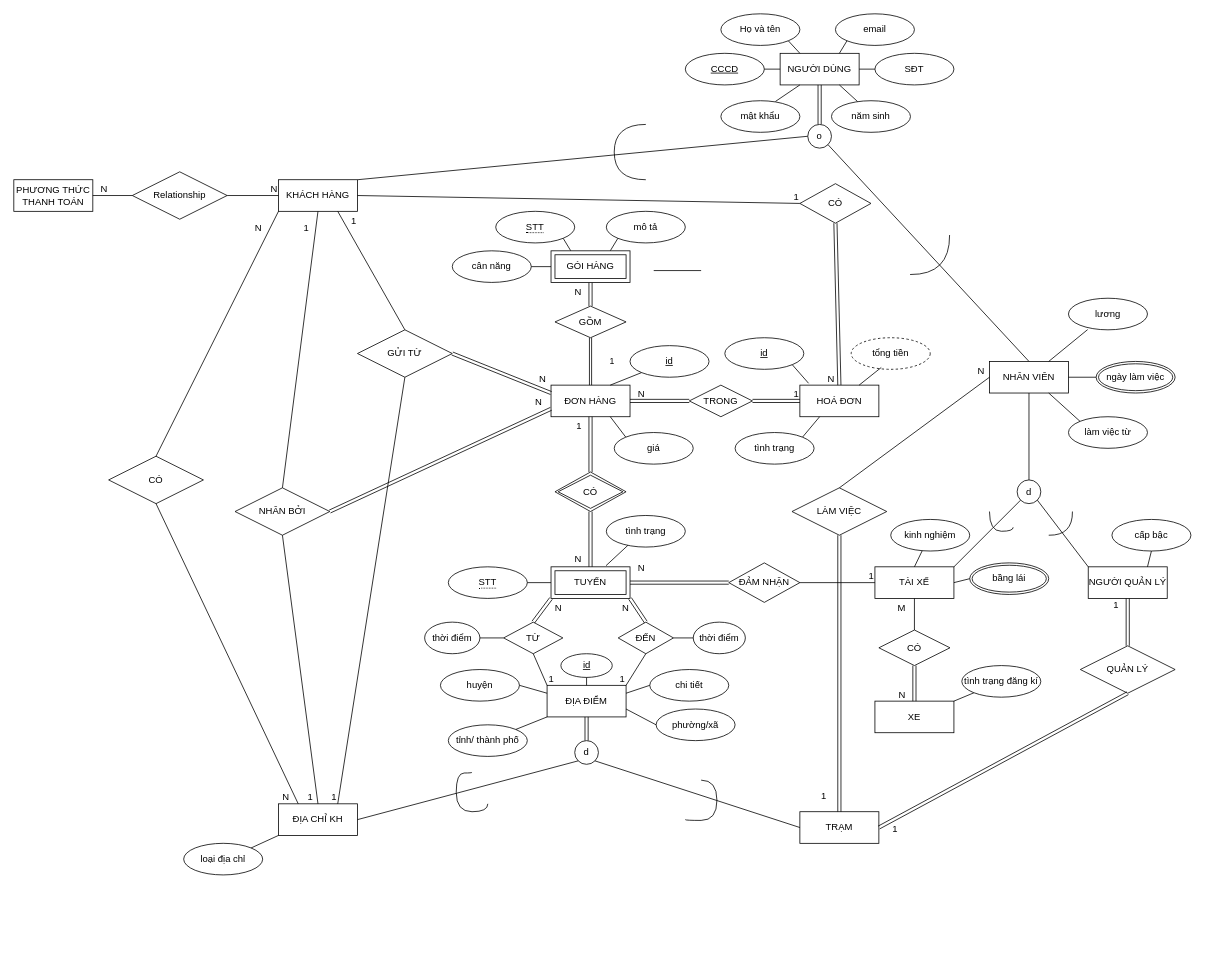
Above: db-assignment.drawio in blueonline07/auth-demo (draw.io), before the change. Source tidied: cells renumbered, new cells numbered last; positions are measured from the earlier drawing's top-left corner, leaving out a move shared by most shapes. Both pictures are drawn from the tidied source at 79%, with x=0, y=0 at pixel (13, 13).
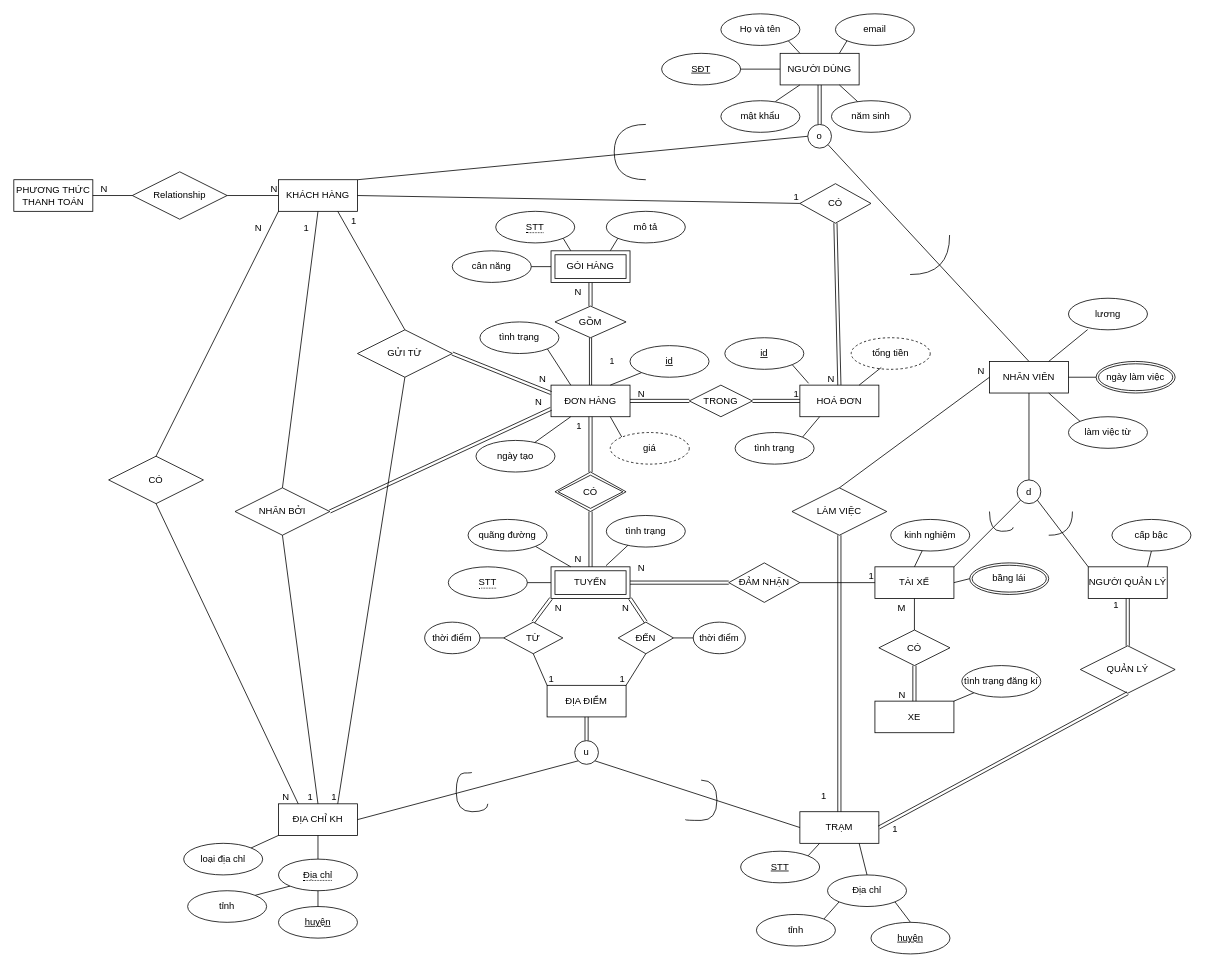
The same diagram, later.

Unchanged cells that the change refers to:
```xml
<mxCell id="2" value="NGƯỜI DÙNG" style="whiteSpace=wrap;html=1;align=center;" parent="1" vertex="1">
  <mxGeometry x="970" y="50" width="100" height="40" as="geometry" />
</mxCell>
<mxCell id="7" value="ĐƠN HÀNG" style="whiteSpace=wrap;html=1;align=center;" parent="1" vertex="1">
  <mxGeometry x="680" y="470" width="100" height="40" as="geometry" />
</mxCell>
<mxCell id="8" value="TUYẾN" style="shape=ext;margin=3;double=1;whiteSpace=wrap;html=1;align=center;" parent="1" vertex="1">
  <mxGeometry x="680" y="700" width="100" height="40" as="geometry" />
</mxCell>
<mxCell id="9" value="ĐỊA ĐIỂM" style="whiteSpace=wrap;html=1;align=center;" parent="1" vertex="1">
  <mxGeometry x="675" y="850" width="100" height="40" as="geometry" />
</mxCell>
<mxCell id="10" value="ĐỊA CHỈ KH" style="whiteSpace=wrap;html=1;align=center;" parent="1" vertex="1">
  <mxGeometry x="335" y="1000" width="100" height="40" as="geometry" />
</mxCell>
<mxCell id="11" value="TRẠM" style="whiteSpace=wrap;html=1;align=center;" parent="1" vertex="1">
  <mxGeometry x="995" y="1010" width="100" height="40" as="geometry" />
</mxCell>
```

The edit, as a diff of the source:
```diff
@@
-    <mxCell id="58" value="CCCD" style="ellipse;whiteSpace=wrap;html=1;align=center;fontStyle=4;" parent="1" vertex="1">
-      <mxGeometry x="850" y="50" width="100" height="40" as="geometry" />
-    </mxCell>
@@
-    <mxCell id="73" value="d" style="ellipse;whiteSpace=wrap;html=1;" parent="1" vertex="1">
+    <mxCell id="73" value="u" style="ellipse;whiteSpace=wrap;html=1;" parent="1" vertex="1">
       <mxGeometry x="710" y="920" width="30" height="30" as="geometry" />
     </mxCell>
@@
-    <mxCell id="77" value="SĐT" style="ellipse;whiteSpace=wrap;html=1;align=center;" parent="1" vertex="1">
-      <mxGeometry x="1090" y="50" width="100" height="40" as="geometry" />
+    <mxCell id="77" value="&lt;u&gt;SĐT&lt;/u&gt;" style="ellipse;whiteSpace=wrap;html=1;align=center;" parent="1" vertex="1">
+      <mxGeometry x="820" y="50" width="100" height="40" as="geometry" />
     </mxCell>
-    <mxCell id="78" style="endArrow=none;html=1;rounded=0;entryX=1;entryY=0.5;entryDx=0;entryDy=0;exitX=0;exitY=0.5;exitDx=0;exitDy=0;" parent="1" edge="1" source="2" target="58">
-      <mxGeometry relative="1" as="geometry" />
-    </mxCell>
@@
-    <mxCell id="81" style="endArrow=none;html=1;rounded=0;entryX=0;entryY=0.5;entryDx=0;entryDy=0;exitX=1;exitY=0.5;exitDx=0;exitDy=0;" parent="1" edge="1" source="2" target="77">
+    <mxCell id="81" style="endArrow=none;html=1;rounded=0;entryX=1;entryY=0.5;entryDx=0;entryDy=0;exitX=0;exitY=0.5;exitDx=0;exitDy=0;" parent="1" edge="1" source="2" target="77">
       <mxGeometry relative="1" as="geometry" />
     </mxCell>
@@
-    <mxCell id="96" value="phường/xã" style="ellipse;whiteSpace=wrap;html=1;align=center;" parent="1" vertex="1">
-      <mxGeometry x="813" y="880" width="100" height="40" as="geometry" />
-    </mxCell>
-    <mxCell id="97" value="huyện" style="ellipse;whiteSpace=wrap;html=1;align=center;" parent="1" vertex="1">
-      <mxGeometry x="540" y="830" width="100" height="40" as="geometry" />
-    </mxCell>
-    <mxCell id="98" value="tỉnh/ thành phố" style="ellipse;whiteSpace=wrap;html=1;align=center;" parent="1" vertex="1">
-      <mxGeometry x="550" y="900" width="100" height="40" as="geometry" />
-    </mxCell>
-    <mxCell id="99" style="endArrow=none;html=1;rounded=0;entryX=0;entryY=0.25;entryDx=0;entryDy=0;exitX=1;exitY=0.5;exitDx=0;exitDy=0;" parent="1" edge="1" source="97" target="9">
-      <mxGeometry relative="1" as="geometry" />
-    </mxCell>
-    <mxCell id="100" style="endArrow=none;html=1;rounded=0;entryX=0;entryY=1;entryDx=0;entryDy=0;exitX=1;exitY=0;exitDx=0;exitDy=0;" parent="1" edge="1" source="98" target="9">
-      <mxGeometry relative="1" as="geometry" />
-    </mxCell>
-    <mxCell id="101" style="endArrow=none;html=1;rounded=0;entryX=0;entryY=0.5;entryDx=0;entryDy=0;exitX=1;exitY=0.75;exitDx=0;exitDy=0;" parent="1" edge="1" source="9" target="96">
-      <mxGeometry relative="1" as="geometry" />
-    </mxCell>
@@
-    <mxCell id="104" value="giá" style="ellipse;whiteSpace=wrap;html=1;align=center;" parent="1" vertex="1">
-      <mxGeometry x="760" y="530" width="100" height="40" as="geometry" />
-    </mxCell>
@@
-    <mxCell id="127" value="id" style="ellipse;whiteSpace=wrap;html=1;align=center;fontStyle=4;" parent="1" vertex="1">
-      <mxGeometry x="692.5" y="810" width="65" height="30" as="geometry" />
-    </mxCell>
-    <mxCell id="128" style="endArrow=none;html=1;rounded=0;entryX=0.5;entryY=1;entryDx=0;entryDy=0;exitX=0.5;exitY=0;exitDx=0;exitDy=0;" parent="1" edge="1" source="9" target="127">
-      <mxGeometry relative="1" as="geometry" />
-    </mxCell>
@@
-    <mxCell id="159" value="chi tiết" style="ellipse;whiteSpace=wrap;html=1;align=center;" parent="1" vertex="1">
-      <mxGeometry x="805" y="830" width="100" height="40" as="geometry" />
-    </mxCell>
-    <mxCell id="160" style="endArrow=none;html=1;rounded=0;entryX=0;entryY=0.5;entryDx=0;entryDy=0;exitX=1;exitY=0.25;exitDx=0;exitDy=0;" parent="1" edge="1" source="9" target="159">
-      <mxGeometry relative="1" as="geometry" />
-    </mxCell>
@@
-    <mxCell id="164" style="line;strokeWidth=1;dashed=0;labelPosition=right;align=left;verticalAlign=middle;spacingTop=0;spacingLeft=6;" parent="1" vertex="1">
-      <mxGeometry x="810" y="320" width="60" height="10" as="geometry" />
-    </mxCell>
@@
+    <mxCell id="172" value="huyện" style="ellipse;whiteSpace=wrap;html=1;align=center;fontStyle=4;" parent="1" vertex="1">
+      <mxGeometry x="335" y="1130" width="100" height="40" as="geometry" />
+    </mxCell>
+    <mxCell id="173" style="endArrow=none;html=1;rounded=0;entryX=0.5;entryY=0;entryDx=0;entryDy=0;exitX=0.5;exitY=1;exitDx=0;exitDy=0;" parent="1" edge="1" source="10" target="178">
+      <mxGeometry relative="1" as="geometry" />
+    </mxCell>
+    <mxCell id="174" style="endArrow=none;html=1;rounded=0;entryX=0;entryY=1;entryDx=0;entryDy=0;exitX=1;exitY=0;exitDx=0;exitDy=0;" parent="1" edge="1" source="175" target="178">
+      <mxGeometry relative="1" as="geometry" />
+    </mxCell>
+    <mxCell id="175" value="tỉnh" style="ellipse;whiteSpace=wrap;html=1;align=center;" parent="1" vertex="1">
+      <mxGeometry x="220" y="1110" width="100" height="40" as="geometry" />
+    </mxCell>
+    <mxCell id="176" value="STT" style="ellipse;whiteSpace=wrap;html=1;align=center;fontStyle=4;" parent="1" vertex="1">
+      <mxGeometry x="920" y="1060" width="100" height="40" as="geometry" />
+    </mxCell>
+    <mxCell id="177" style="endArrow=none;html=1;rounded=0;entryX=0.25;entryY=1;entryDx=0;entryDy=0;exitX=1;exitY=0;exitDx=0;exitDy=0;" parent="1" edge="1" source="176" target="11">
+      <mxGeometry relative="1" as="geometry" />
+    </mxCell>
+    <mxCell id="178" value="&lt;span style=&quot;border-bottom: 1px dotted&quot;&gt;Địa chỉ&lt;/span&gt;" style="ellipse;whiteSpace=wrap;html=1;align=center;" parent="1" vertex="1">
+      <mxGeometry x="335" y="1070" width="100" height="40" as="geometry" />
+    </mxCell>
+    <mxCell id="179" style="endArrow=none;html=1;rounded=0;entryX=0.5;entryY=0;entryDx=0;entryDy=0;exitX=0.5;exitY=1;exitDx=0;exitDy=0;" parent="1" edge="1" source="178" target="172">
+      <mxGeometry relative="1" as="geometry" />
+    </mxCell>
+    <mxCell id="180" value="huyện" style="ellipse;whiteSpace=wrap;html=1;align=center;fontStyle=4;" parent="1" vertex="1">
+      <mxGeometry x="1085" y="1150" width="100" height="40" as="geometry" />
+    </mxCell>
+    <mxCell id="181" style="endArrow=none;html=1;rounded=0;entryX=0;entryY=1;entryDx=0;entryDy=0;exitX=1;exitY=0;exitDx=0;exitDy=0;" parent="1" edge="1" source="182" target="183">
+      <mxGeometry relative="1" as="geometry" />
+    </mxCell>
+    <mxCell id="182" value="tỉnh" style="ellipse;whiteSpace=wrap;html=1;align=center;" parent="1" vertex="1">
+      <mxGeometry x="940" y="1140" width="100" height="40" as="geometry" />
+    </mxCell>
+    <mxCell id="183" value="Địa chỉ" style="ellipse;whiteSpace=wrap;html=1;align=center;" parent="1" vertex="1">
+      <mxGeometry x="1030" y="1090" width="100" height="40" as="geometry" />
+    </mxCell>
+    <mxCell id="184" style="endArrow=none;html=1;rounded=0;entryX=0.5;entryY=0;entryDx=0;entryDy=0;exitX=1;exitY=1;exitDx=0;exitDy=0;" parent="1" edge="1" source="183" target="180">
+      <mxGeometry relative="1" as="geometry" />
+    </mxCell>
+    <mxCell id="185" style="endArrow=none;html=1;rounded=0;entryX=0.75;entryY=1;entryDx=0;entryDy=0;exitX=0.5;exitY=0;exitDx=0;exitDy=0;" parent="1" edge="1" source="183" target="11">
+      <mxGeometry relative="1" as="geometry" />
+    </mxCell>
+    <mxCell id="104" value="giá" style="ellipse;whiteSpace=wrap;html=1;align=center;dashed=1;" parent="1" vertex="1">
+      <mxGeometry x="755" y="530" width="100" height="40" as="geometry" />
+    </mxCell>
+    <mxCell id="186" value="ngày tạo" style="ellipse;whiteSpace=wrap;html=1;align=center;" parent="1" vertex="1">
+      <mxGeometry x="585" y="540" width="100" height="40" as="geometry" />
+    </mxCell>
+    <mxCell id="187" value="tình trạng" style="ellipse;whiteSpace=wrap;html=1;align=center;" parent="1" vertex="1">
+      <mxGeometry x="590" y="390" width="100" height="40" as="geometry" />
+    </mxCell>
+    <mxCell id="188" style="endArrow=none;html=1;rounded=0;entryX=1;entryY=1;entryDx=0;entryDy=0;exitX=0.25;exitY=0;exitDx=0;exitDy=0;" parent="1" edge="1" source="7" target="187">
+      <mxGeometry relative="1" as="geometry" />
+    </mxCell>
+    <mxCell id="189" style="endArrow=none;html=1;rounded=0;entryX=0.25;entryY=1;entryDx=0;entryDy=0;" parent="1" edge="1" source="186" target="7">
+      <mxGeometry relative="1" as="geometry" />
+    </mxCell>
+    <mxCell id="190" value="quãng đường" style="ellipse;whiteSpace=wrap;html=1;align=center;" parent="1" vertex="1">
+      <mxGeometry x="575" y="640" width="100" height="40" as="geometry" />
+    </mxCell>
+    <mxCell id="191" style="endArrow=none;html=1;rounded=0;entryX=0.25;entryY=0;entryDx=0;entryDy=0;exitX=1;exitY=1;exitDx=0;exitDy=0;" parent="1" edge="1" source="190" target="8">
+      <mxGeometry relative="1" as="geometry" />
+    </mxCell>
```
